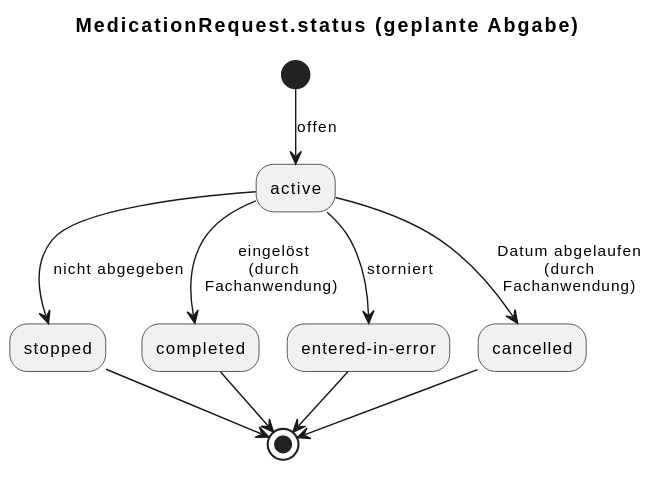
Before: r4-ELGA-e-Medikation-main/plantuml/stateDiagram_mr_status_geplante_abgabe.svg, a diagram exported from PlantUML (HL7Austria/hl7austria.github.io).
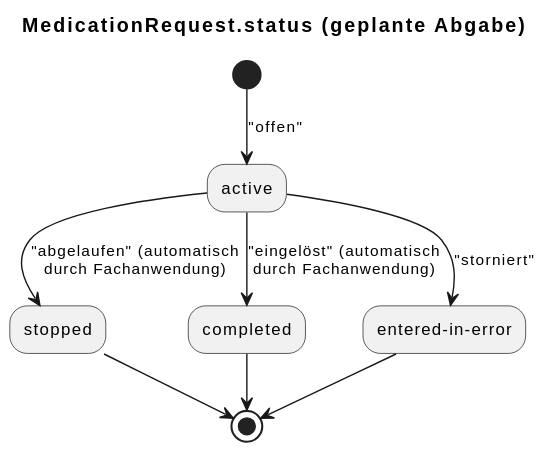
After the change.

The edit, as a diff of the source:
```diff
@@ -1,13 +1,11 @@
 @startuml
 title MedicationRequest.status (geplante Abgabe)
 
-(*) --> [offen] active
-active --> [nicht abgegeben] stopped
-active --> [eingelöst\n(durch\nFachanwendung) ] completed
-active --> [storniert] "entered-in-error"
-active --> [Datum abgelaufen\n(durch\nFachanwendung)] cancelled
+(*) --> ["offen"] active
+active --> ["abgelaufen" (automatisch\ndurch Fachanwendung)] stopped
+active --> ["eingelöst" (automatisch\ndurch Fachanwendung)] completed
+active --> ["storniert"] entered-in-error
 stopped --> (*)
 "entered-in-error" --> (*)
 completed --> (*)
-cancelled --> (*)
 @enduml
```
